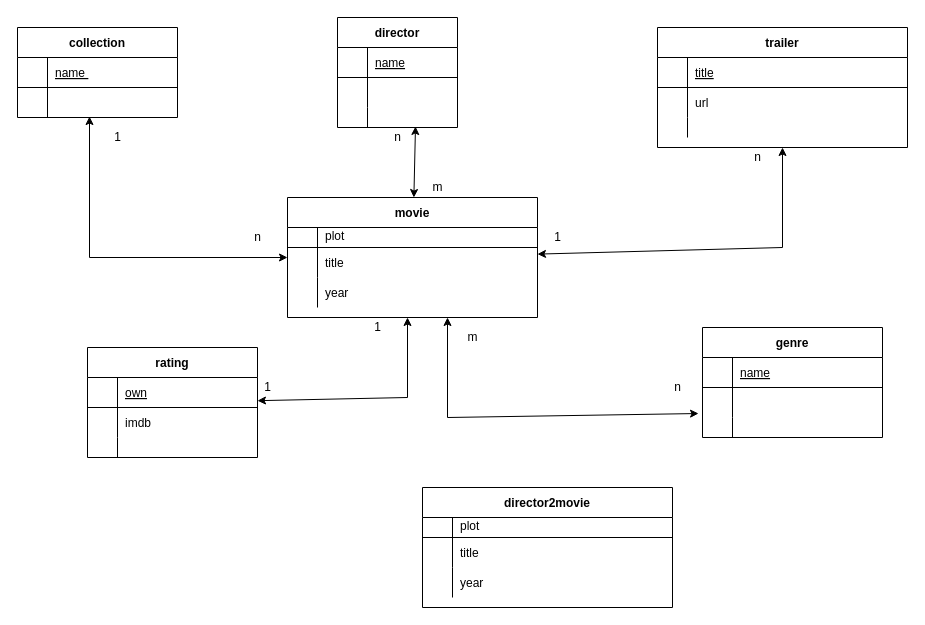
fridavbg/databas keeps this draw.io diagram as kmom04/Untitled Diagram.drawio. Above is the earlier version. Source tidied: cells renumbered, new cells numbered last; positions are measured from the earlier drawing's top-left corner, leaving out a move shared by most shapes. Both pictures are drawn from the tidied source at 100%, with x=0, y=0 at pixel (17, 17).
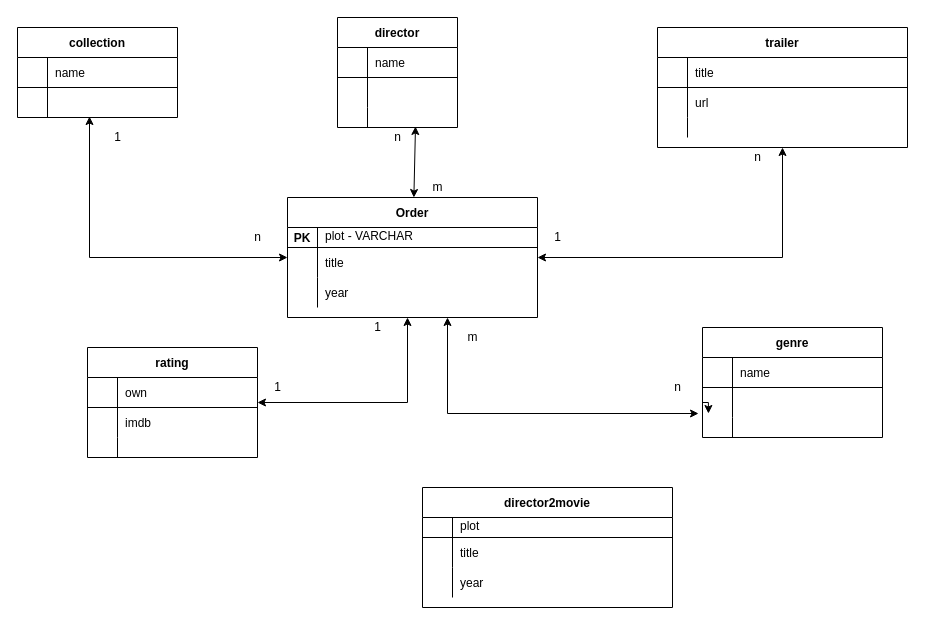
The same page after the edit.

The change refers to these unchanged cells:
```xml
<mxCell id="3" style="shape=partialRectangle;fillColor=none;top=0;left=0;right=0;bottom=1;" parent="2" vertex="1">
  <mxGeometry y="30" width="250" height="20" as="geometry" />
</mxCell>
<mxCell id="13" style="shape=partialRectangle;fillColor=none;top=0;left=0;right=0;bottom=1;" parent="12" vertex="1">
  <mxGeometry y="30" width="120" height="30" as="geometry" />
</mxCell>
<mxCell id="23" style="shape=partialRectangle;fillColor=none;top=0;left=0;right=0;bottom=1;" parent="22" vertex="1">
  <mxGeometry y="30" width="160" height="30" as="geometry" />
</mxCell>
<mxCell id="29" value="trailer" style="shape=table;startSize=30;childLayout=tableLayout;rowLines=0;fontStyle=1;align=center;" parent="1" vertex="1">
  <mxGeometry x="640" y="10" width="250" height="120" as="geometry" />
</mxCell>
<mxCell id="30" style="shape=partialRectangle;fillColor=none;top=0;left=0;right=0;bottom=1;" parent="29" vertex="1">
  <mxGeometry y="30" width="250" height="30" as="geometry" />
</mxCell>
<mxCell id="39" value="rating" style="shape=table;startSize=30;childLayout=tableLayout;rowLines=0;fontStyle=1;align=center;" parent="1" vertex="1">
  <mxGeometry x="70" y="330" width="170" height="110" as="geometry" />
</mxCell>
<mxCell id="40" style="shape=partialRectangle;fillColor=none;top=0;left=0;right=0;bottom=1;" parent="39" vertex="1">
  <mxGeometry y="30" width="170" height="30" as="geometry" />
</mxCell>
<mxCell id="49" value="genre" style="shape=table;startSize=30;childLayout=tableLayout;rowLines=0;fontStyle=1;align=center;" parent="1" vertex="1">
  <mxGeometry x="685" y="310" width="180" height="110" as="geometry" />
</mxCell>
<mxCell id="50" style="shape=partialRectangle;fillColor=none;top=0;left=0;right=0;bottom=1;" parent="49" vertex="1">
  <mxGeometry y="30" width="180" height="30" as="geometry" />
</mxCell>
<mxCell id="53" style="shape=partialRectangle;fillColor=none;points=[[0,0.5],[1,0.5]];portConstraint=eastwest;top=0;left=0;right=0;bottom=0;" parent="49" vertex="1">
  <mxGeometry y="60" width="180" height="30" as="geometry" />
</mxCell>
<mxCell id="56" style="shape=partialRectangle;fillColor=none;points=[[0,0.5],[1,0.5]];portConstraint=eastwest;top=0;left=0;right=0;bottom=0;" parent="49" vertex="1">
  <mxGeometry y="90" width="180" height="20" as="geometry" />
</mxCell>
```

Diff of the diagram source:
```diff
@@
-    <mxCell id="2" value="movie" style="shape=table;startSize=30;childLayout=tableLayout;rowLines=0;fontStyle=1;align=center;" parent="1" vertex="1">
+    <mxCell id="2" value="Order" style="shape=table;startSize=30;childLayout=tableLayout;rowLines=0;fontStyle=1;align=center;" parent="1" vertex="1">
       <mxGeometry x="270" y="180" width="250" height="120" as="geometry" />
     </mxCell>
@@
-    <mxCell id="4" value=" " style="shape=partialRectangle;overflow=hidden;fillColor=none;top=0;left=0;bottom=0;right=0;fontStyle=1;" parent="3" vertex="1">
+    <mxCell id="4" value="PK" style="shape=partialRectangle;overflow=hidden;fillColor=none;top=0;left=0;bottom=0;right=0;fontStyle=1;" parent="3" vertex="1">
       <mxGeometry width="30" height="20" as="geometry" />
     </mxCell>
-    <mxCell id="5" value="plot&#10;" style="shape=partialRectangle;overflow=hidden;fillColor=none;top=0;left=0;bottom=0;right=0;align=left;spacingLeft=6;fontStyle=0;" parent="3" vertex="1">
+    <mxCell id="5" value="plot - VARCHAR&#10;" style="shape=partialRectangle;overflow=hidden;fillColor=none;top=0;left=0;bottom=0;right=0;align=left;spacingLeft=6;fontStyle=0;" parent="3" vertex="1">
       <mxGeometry x="30" width="220" height="20" as="geometry" />
     </mxCell>
@@
-    <mxCell id="15" value="name" style="shape=partialRectangle;overflow=hidden;fillColor=none;top=0;left=0;bottom=0;right=0;align=left;spacingLeft=6;fontStyle=4;" parent="13" vertex="1">
+    <mxCell id="15" value="name" style="shape=partialRectangle;overflow=hidden;fillColor=none;top=0;left=0;bottom=0;right=0;align=left;spacingLeft=6;fontStyle=0;" parent="13" vertex="1">
       <mxGeometry x="30" width="90" height="30" as="geometry" />
     </mxCell>
@@
-    <mxCell id="25" value="name " style="shape=partialRectangle;overflow=hidden;fillColor=none;top=0;left=0;bottom=0;right=0;align=left;spacingLeft=6;fontStyle=4;" parent="23" vertex="1">
+    <mxCell id="25" value="name " style="shape=partialRectangle;overflow=hidden;fillColor=none;top=0;left=0;bottom=0;right=0;align=left;spacingLeft=6;fontStyle=0;" parent="23" vertex="1">
       <mxGeometry x="30" width="130" height="30" as="geometry" />
     </mxCell>
@@
-    <mxCell id="32" value="title" style="shape=partialRectangle;overflow=hidden;fillColor=none;top=0;left=0;bottom=0;right=0;align=left;spacingLeft=6;fontStyle=4;" parent="30" vertex="1">
+    <mxCell id="32" value="title" style="shape=partialRectangle;overflow=hidden;fillColor=none;top=0;left=0;bottom=0;right=0;align=left;spacingLeft=6;fontStyle=0;" parent="30" vertex="1">
       <mxGeometry x="30" width="220" height="30" as="geometry" />
     </mxCell>
@@
-    <mxCell id="42" value="own" style="shape=partialRectangle;overflow=hidden;fillColor=none;top=0;left=0;bottom=0;right=0;align=left;spacingLeft=6;fontStyle=4;" parent="40" vertex="1">
+    <mxCell id="42" value="own" style="shape=partialRectangle;overflow=hidden;fillColor=none;top=0;left=0;bottom=0;right=0;align=left;spacingLeft=6;fontStyle=0;" parent="40" vertex="1">
       <mxGeometry x="30" width="140" height="30" as="geometry" />
     </mxCell>
@@
-    <mxCell id="52" value="name" style="shape=partialRectangle;overflow=hidden;fillColor=none;top=0;left=0;bottom=0;right=0;align=left;spacingLeft=6;fontStyle=4;" parent="50" vertex="1">
+    <mxCell id="52" value="name" style="shape=partialRectangle;overflow=hidden;fillColor=none;top=0;left=0;bottom=0;right=0;align=left;spacingLeft=6;fontStyle=0;" parent="50" vertex="1">
       <mxGeometry x="30" width="150" height="30" as="geometry" />
     </mxCell>
+    <mxCell id="84" style="edgeStyle=orthogonalEdgeStyle;rounded=0;jettySize=auto;html=1;exitX=0;exitY=0.5;exitDx=0;exitDy=0;entryX=0.033;entryY=-0.2;entryDx=0;entryDy=0;entryPerimeter=0;" parent="49" edge="1" source="53" target="56">
+      <mxGeometry relative="1" as="geometry" />
+    </mxCell>
@@
     <mxCell id="59" style="endArrow=classic;startArrow=classic;html=1;rounded=0;exitX=-0.022;exitY=0.867;exitDx=0;exitDy=0;exitPerimeter=0;" parent="1" edge="1" source="53">
       <mxGeometry relative="1" as="geometry">
         <mxPoint x="430" y="300" as="targetPoint" />
         <Array as="points">
-          <mxPoint x="430" y="400" />
+          <mxPoint x="430" y="396" />
         </Array>
       </mxGeometry>
     </mxCell>
@@
     <mxCell id="68" style="endArrow=classic;startArrow=classic;html=1;rounded=0;" parent="1" edge="1" source="39">
       <mxGeometry relative="1" as="geometry">
         <mxPoint x="390" y="300" as="targetPoint" />
         <Array as="points">
-          <mxPoint x="390" y="380" />
+          <mxPoint x="390" y="385" />
         </Array>
       </mxGeometry>
     </mxCell>
@@
     <mxCell id="70" value="1" style="text;html=1;align=center;verticalAlign=middle;strokeColor=none;fillColor=none;" parent="1" vertex="1">
-      <mxGeometry x="240" y="360" width="20" height="20" as="geometry" />
+      <mxGeometry x="250" y="360" width="20" height="20" as="geometry" />
     </mxCell>
     <mxCell id="71" style="endArrow=classic;startArrow=classic;html=1;rounded=0;" parent="1" edge="1" source="2" target="29">
       <mxGeometry relative="1" as="geometry">
         <Array as="points">
-          <mxPoint x="765" y="230" />
+          <mxPoint x="765" y="240" />
         </Array>
       </mxGeometry>
     </mxCell>
```
